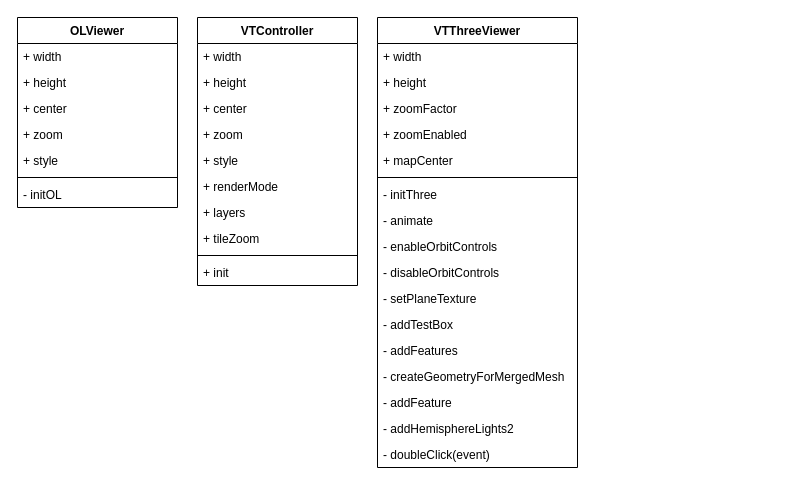
This is page "class" (2 of 3) of UML_diagrams.drawio from IlonaBaran/oracles, a draw.io file, before an edit. Source tidied: cells renumbered, new cells numbered last; positions are measured from the earlier drawing's top-left corner, leaving out a move shared by most shapes. Both pictures are drawn from the tidied source at 100%, with x=0, y=0 at pixel (17, 17).
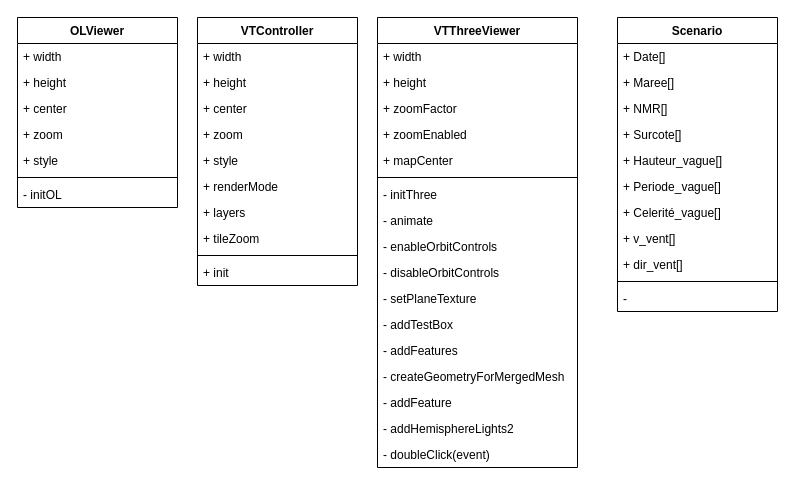
Above is the later version.

Diff of the diagram source:
```diff
@@
+    <mxCell id="39" value="Scenario" style="swimlane;fontStyle=1;align=center;verticalAlign=top;horizontal=1;startSize=26;whiteSpace=wrap;html=1;" parent="1" vertex="1">
+      <mxGeometry x="600" width="160" height="294" as="geometry" />
+    </mxCell>
+    <mxCell id="40" value="&lt;div&gt;+ Date[]&lt;br&gt;&lt;/div&gt;&lt;div&gt;&lt;br&gt;&lt;/div&gt;" style="text;strokeColor=none;fillColor=none;align=left;verticalAlign=top;spacingLeft=4;spacingRight=4;overflow=hidden;whiteSpace=wrap;html=1;" parent="39" vertex="1">
+      <mxGeometry y="26" width="160" height="26" as="geometry" />
+    </mxCell>
+    <mxCell id="41" value="&lt;div&gt;+ Maree[] &lt;br&gt;&lt;/div&gt;&lt;div&gt;&lt;br&gt;&lt;/div&gt;" style="text;strokeColor=none;fillColor=none;align=left;verticalAlign=top;spacingLeft=4;spacingRight=4;overflow=hidden;whiteSpace=wrap;html=1;" parent="39" vertex="1">
+      <mxGeometry y="52" width="160" height="26" as="geometry" />
+    </mxCell>
+    <mxCell id="42" value="&lt;div&gt;+ NMR[]&lt;br&gt;&lt;/div&gt;&lt;div&gt;&lt;br&gt;&lt;/div&gt;" style="text;strokeColor=none;fillColor=none;align=left;verticalAlign=top;spacingLeft=4;spacingRight=4;overflow=hidden;whiteSpace=wrap;html=1;" parent="39" vertex="1">
+      <mxGeometry y="78" width="160" height="26" as="geometry" />
+    </mxCell>
+    <mxCell id="43" value="&lt;div&gt;+ Surcote[]&lt;br&gt;&lt;/div&gt;&lt;div&gt;&lt;br&gt;&lt;/div&gt;" style="text;strokeColor=none;fillColor=none;align=left;verticalAlign=top;spacingLeft=4;spacingRight=4;overflow=hidden;whiteSpace=wrap;html=1;" parent="39" vertex="1">
+      <mxGeometry y="104" width="160" height="26" as="geometry" />
+    </mxCell>
+    <mxCell id="44" value="&lt;div&gt;+ Hauteur_vague[]&lt;br&gt;&lt;/div&gt;&lt;div&gt;&lt;br&gt;&lt;/div&gt;" style="text;strokeColor=none;fillColor=none;align=left;verticalAlign=top;spacingLeft=4;spacingRight=4;overflow=hidden;whiteSpace=wrap;html=1;" parent="39" vertex="1">
+      <mxGeometry y="130" width="160" height="26" as="geometry" />
+    </mxCell>
+    <mxCell id="45" value="&lt;div&gt;+ Periode_vague[]&lt;br&gt;&lt;/div&gt;&lt;div&gt;&lt;br&gt;&lt;/div&gt;" style="text;strokeColor=none;fillColor=none;align=left;verticalAlign=top;spacingLeft=4;spacingRight=4;overflow=hidden;whiteSpace=wrap;html=1;" parent="39" vertex="1">
+      <mxGeometry y="156" width="160" height="26" as="geometry" />
+    </mxCell>
+    <mxCell id="46" value="&lt;div&gt;+ Celerité_vague[]&lt;br&gt;&lt;/div&gt;&lt;div&gt;&lt;br&gt;&lt;/div&gt;" style="text;strokeColor=none;fillColor=none;align=left;verticalAlign=top;spacingLeft=4;spacingRight=4;overflow=hidden;whiteSpace=wrap;html=1;" parent="39" vertex="1">
+      <mxGeometry y="182" width="160" height="26" as="geometry" />
+    </mxCell>
+    <mxCell id="47" value="&lt;div&gt;+ v_vent[]&lt;br&gt;&lt;/div&gt;&lt;div&gt;&lt;br&gt;&lt;/div&gt;" style="text;strokeColor=none;fillColor=none;align=left;verticalAlign=top;spacingLeft=4;spacingRight=4;overflow=hidden;whiteSpace=wrap;html=1;" parent="39" vertex="1">
+      <mxGeometry y="208" width="160" height="26" as="geometry" />
+    </mxCell>
+    <mxCell id="48" value="&lt;div&gt;+ dir_vent[]&lt;br&gt;&lt;/div&gt;&lt;div&gt;&lt;br&gt;&lt;/div&gt;" style="text;strokeColor=none;fillColor=none;align=left;verticalAlign=top;spacingLeft=4;spacingRight=4;overflow=hidden;whiteSpace=wrap;html=1;" parent="39" vertex="1">
+      <mxGeometry y="234" width="160" height="26" as="geometry" />
+    </mxCell>
+    <mxCell id="49" style="line;strokeWidth=1;fillColor=none;align=left;verticalAlign=middle;spacingTop=-1;spacingLeft=3;spacingRight=3;labelPosition=right;strokeColor=inherit;" parent="39" vertex="1">
+      <mxGeometry y="260" width="160" height="8" as="geometry" />
+    </mxCell>
+    <mxCell id="50" value="- " style="text;strokeColor=none;fillColor=none;align=left;verticalAlign=top;spacingLeft=4;spacingRight=4;overflow=hidden;whiteSpace=wrap;html=1;" parent="39" vertex="1">
+      <mxGeometry y="268" width="160" height="26" as="geometry" />
+    </mxCell>
```
